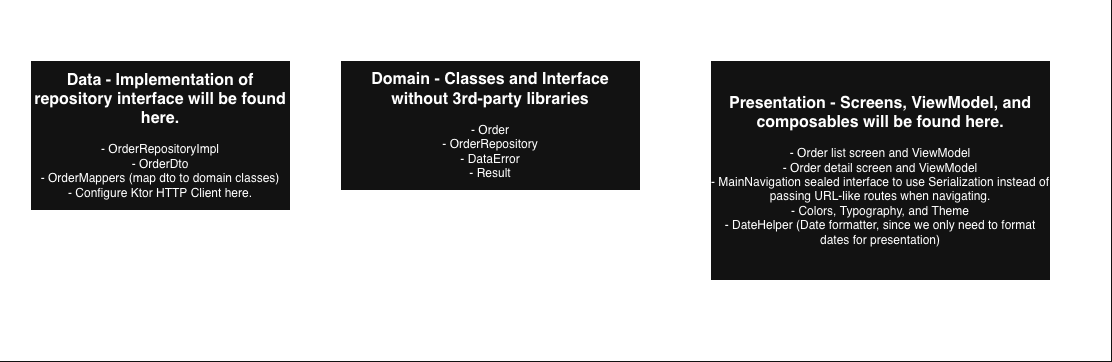
Earlier version of the draw.io export screenshots/architecture_diagram.png (riley0521/DeliveryTracker). Source tidied: cells renumbered, new cells last; positions are measured from the earlier drawing's top-left corner, leaving out a move shared by most shapes.
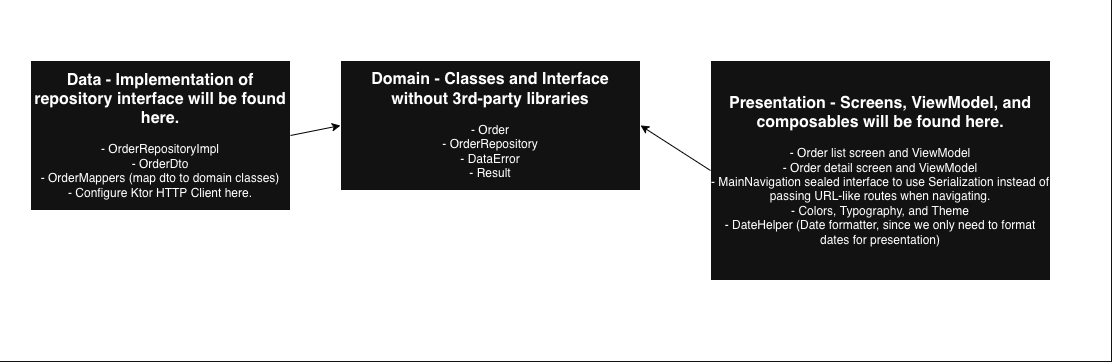
Above is the later version.

What changed in the source:
```diff
@@ -14,10 +14,10 @@
     <mxCell id="5" value="&lt;div&gt;&lt;b&gt;&lt;font style=&quot;font-size: 16px;&quot;&gt;Presentation - Screens, ViewModel, and composables will be found here.&lt;/font&gt;&lt;/b&gt;&lt;/div&gt;&lt;div&gt;&lt;br&gt;&lt;/div&gt;&lt;div&gt;- Order list screen and ViewModel&lt;/div&gt;&lt;div&gt;- Order detail screen and ViewModel&lt;/div&gt;&lt;div&gt;- MainNavigation sealed interface to use Serialization instead of passing URL-like routes when navigating.&lt;/div&gt;&lt;div&gt;- Colors, Typography, and Theme&lt;/div&gt;&lt;div&gt;- DateHelper (Date formatter, since we only need to format dates for presentation)&lt;/div&gt;" style="rounded=0;whiteSpace=wrap;html=1;" parent="1" vertex="1">
       <mxGeometry x="710" y="60" width="340" height="220" as="geometry" />
     </mxCell>
-    <mxCell id="6" style="endArrow=classic;html=1;rounded=0;exitX=1;exitY=0.5;exitDx=0;exitDy=0;entryX=0;entryY=0.5;entryDx=0;entryDy=0;" parent="1" edge="1" source="4" target="3">
+    <mxCell id="6" style="endArrow=classic;html=1;rounded=0;exitX=1;exitY=0.5;exitDx=0;exitDy=0;entryX=0;entryY=0.5;entryDx=0;entryDy=0;strokeColor=light-dark(#000000,#000000);" parent="1" edge="1" source="4" target="3">
       <mxGeometry relative="1" as="geometry" />
     </mxCell>
-    <mxCell id="7" style="endArrow=classic;html=1;rounded=0;exitX=0;exitY=0.5;exitDx=0;exitDy=0;entryX=1;entryY=0.5;entryDx=0;entryDy=0;" parent="1" edge="1" source="5" target="3">
+    <mxCell id="7" style="endArrow=classic;html=1;rounded=0;exitX=0;exitY=0.5;exitDx=0;exitDy=0;entryX=1;entryY=0.5;entryDx=0;entryDy=0;strokeColor=light-dark(#000000,#000000);" parent="1" edge="1" source="5" target="3">
       <mxGeometry relative="1" as="geometry" />
     </mxCell>
   </root>
```
